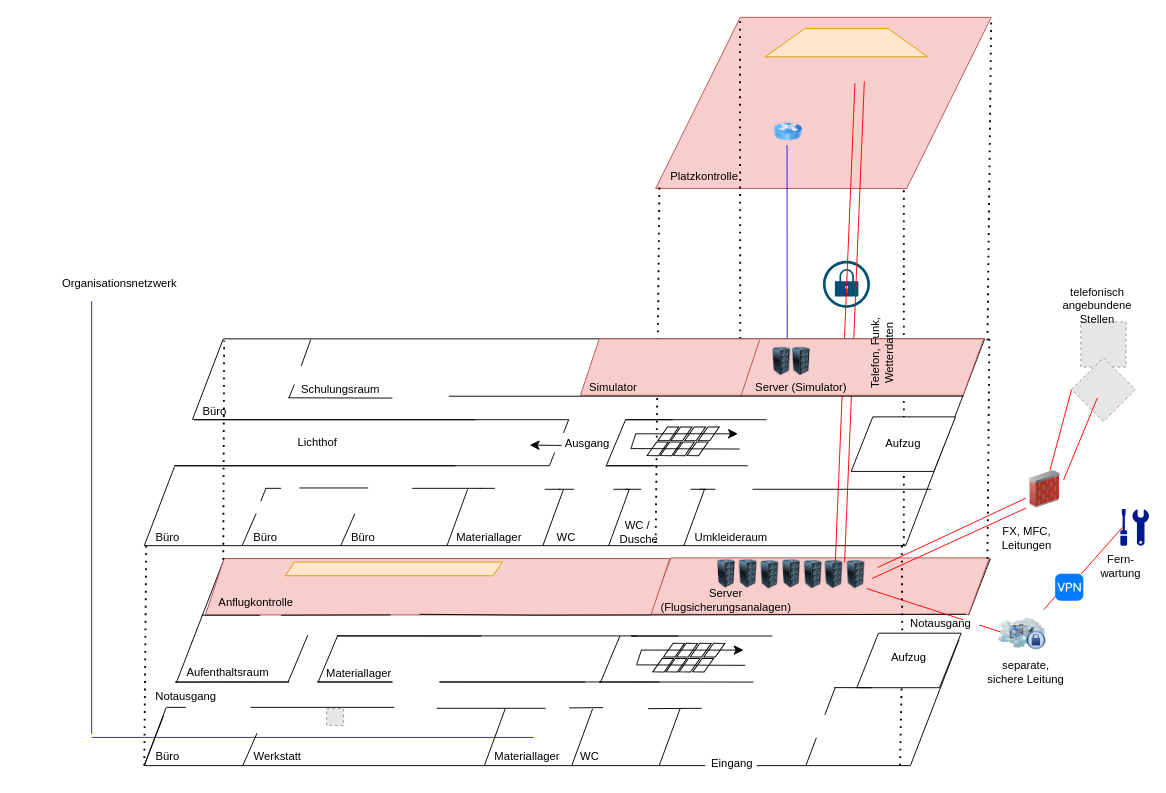
This is Physische Netzwerktopologie.drawio from meetSeb/Computer-Network, a draw.io file, before an edit. Source tidied: cells renumbered, new cells numbered last; positions are measured from the earlier drawing's top-left corner, leaving out a move shared by most shapes. Both pictures are drawn from the tidied source at 94%, with x=0, y=0 at pixel (91, 17). Pictures stored in the file or linked from it are replaced by grey dashed boxes.
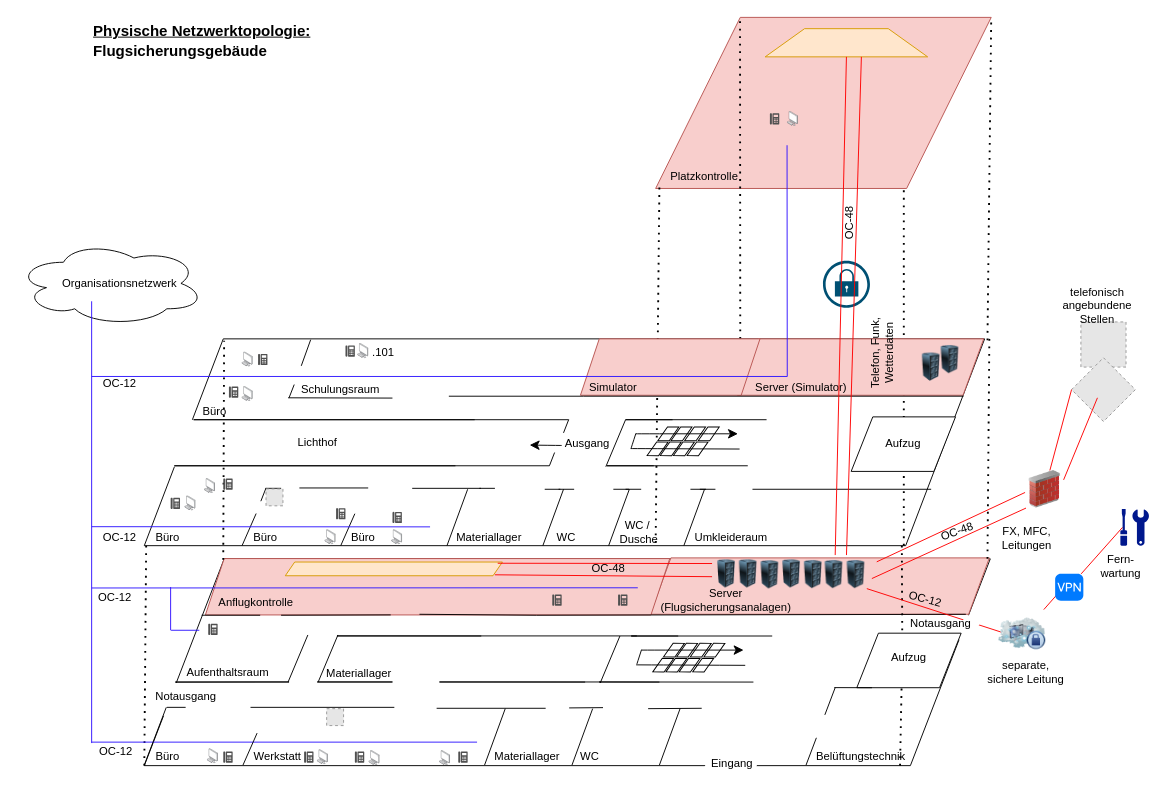
The same diagram, later.

Unchanged cells that the change refers to:
```xml
<mxCell id="13" style="image;html=1;image=img/lib/clip_art/computers/Server_Rack_128x128.png;" parent="4" vertex="1">
  <mxGeometry x="679" y="2.7" width="46.2" height="30" as="geometry" />
</mxCell>
<mxCell id="43" style="image;html=1;image=img/lib/clip_art/networking/Firewall_02_128x128.png;" parent="1" vertex="1">
  <mxGeometry x="994" y="482" width="40" height="40" as="geometry" />
</mxCell>
<mxCell id="49" value="FX, MFC, Leitungen" style="text;strokeColor=none;align=center;fillColor=none;html=1;verticalAlign=middle;whiteSpace=wrap;rounded=0;" parent="1" vertex="1">
  <mxGeometry x="965" y="539" width="60" height="30" as="geometry" />
</mxCell>
<mxCell id="83" style="group;" parent="1" vertex="1">
  <mxGeometry x="160" y="500.6" width="733.1" height="71.4" as="geometry" />
</mxCell>
<mxCell id="108" style="group;" parent="1" vertex="1">
  <mxGeometry x="209" y="342" width="740" height="69" as="geometry" />
</mxCell>
<mxCell id="119" style="group;" parent="1" vertex="1">
  <mxGeometry x="89" y="655.1" width="836" height="58" as="geometry" />
</mxCell>
<mxCell id="144" style="group;" parent="1" vertex="1">
  <mxGeometry x="56" y="734" width="733.1" height="68" as="geometry" />
</mxCell>
<mxCell id="178" style="shape=trapezoid;perimeter=trapezoidPerimeter;whiteSpace=wrap;html=1;fixedSize=1;rotation=0;size=41.929999999999836;fillColor=#ffe6cc;strokeColor=#d79b00;" parent="1" vertex="1">
  <mxGeometry x="716.5" y="12" width="172.9" height="30" as="geometry" />
</mxCell>
```

Diff of the diagram source:
```diff
@@
+    <mxCell id="180" style="ellipse;shape=cloud;whiteSpace=wrap;html=1;" parent="1" vertex="1">
+      <mxGeometry x="-80" y="238" width="200" height="90" as="geometry" />
+    </mxCell>
@@
     <mxCell id="4" style="group;" parent="1" vertex="1">
-      <mxGeometry x="111" y="575" width="854" height="77" as="geometry" />
+      <mxGeometry x="111" y="575" width="909" height="77" as="geometry" />
     </mxCell>
@@
+    <mxCell id="181" style="endArrow=none;html=1;rounded=0;strokeColor=#FF0000;entryX=1;entryY=0.5;entryDx=0;entryDy=0;" parent="4" edge="1">
+      <mxGeometry relative="1" as="geometry">
+        <mxPoint x="549" y="6" as="sourcePoint" />
+        <mxPoint x="321" y="5.7" as="targetPoint" />
+      </mxGeometry>
+    </mxCell>
+    <mxCell id="182" style="sketch=0;shadow=0;dashed=0;html=1;strokeColor=none;fillColor=#505050;labelPosition=center;verticalLabelPosition=bottom;verticalAlign=top;align=center;shape=mxgraph.office.devices.phone_digital;" parent="4" vertex="1">
+      <mxGeometry x="449" y="39" width="10" height="12" as="geometry" />
+    </mxCell>
+    <mxCell id="183" style="sketch=0;shadow=0;dashed=0;html=1;strokeColor=none;fillColor=#505050;labelPosition=center;verticalLabelPosition=bottom;verticalAlign=top;align=center;shape=mxgraph.office.devices.phone_digital;" parent="4" vertex="1">
+      <mxGeometry x="379" y="39" width="10" height="12" as="geometry" />
+    </mxCell>
+    <mxCell id="184" style="edgeStyle=none;rounded=0;orthogonalLoop=1;jettySize=auto;html=1;sourcePerimeterSpacing=5;endArrow=none;endFill=0;targetPerimeterSpacing=5;strokeColor=#2E17FF;" parent="4" edge="1">
+      <mxGeometry relative="1" as="geometry">
+        <mxPoint x="-111" y="32" as="sourcePoint" />
+        <mxPoint x="470" y="31.8" as="targetPoint" />
+      </mxGeometry>
+    </mxCell>
+    <mxCell id="185" value="OC-48" style="text;strokeColor=none;align=center;fillColor=none;html=1;verticalAlign=middle;whiteSpace=wrap;rounded=0;" parent="4" vertex="1">
+      <mxGeometry x="354" y="-3" width="170" height="30" as="geometry" />
+    </mxCell>
+    <mxCell id="186" value="OC-12" style="text;strokeColor=none;align=center;fillColor=none;html=1;verticalAlign=middle;whiteSpace=wrap;rounded=0;rotation=15;" parent="4" vertex="1">
+      <mxGeometry x="690.7" y="29" width="170" height="30" as="geometry" />
+    </mxCell>
@@
     <mxCell id="22" style="edgeStyle=none;rounded=0;orthogonalLoop=1;jettySize=auto;html=1;sourcePerimeterSpacing=5;endArrow=none;endFill=0;targetPerimeterSpacing=5;strokeColor=#3112FF;" parent="1" edge="1">
       <mxGeometry relative="1" as="geometry">
-        <mxPoint y="762" as="sourcePoint" />
+        <mxPoint y="772" as="sourcePoint" />
         <mxPoint y="302" as="targetPoint" />
       </mxGeometry>
     </mxCell>
@@
-    <mxCell id="32" style="edgeStyle=none;rounded=0;orthogonalLoop=1;jettySize=auto;html=1;sourcePerimeterSpacing=5;endArrow=none;endFill=0;targetPerimeterSpacing=5;strokeColor=#3112FF;" parent="1" edge="1">
-      <mxGeometry relative="1" as="geometry">
-        <mxPoint x="740" y="396" as="sourcePoint" />
-        <mxPoint x="739.8" y="136" as="targetPoint" />
-      </mxGeometry>
-    </mxCell>
@@
-    <mxCell id="41" style="endArrow=none;html=1;rounded=0;strokeColor=#FF0000;entryX=1;entryY=0.25;entryDx=0;entryDy=0;" parent="1" edge="1" source="43" target="13">
-      <mxGeometry relative="1" as="geometry" />
+    <mxCell id="41" style="endArrow=none;html=1;rounded=0;strokeColor=#FF0000;entryX=1;entryY=0.25;entryDx=0;entryDy=0;" parent="1" edge="1">
+      <mxGeometry relative="1" as="geometry">
+        <mxPoint x="993" y="505.4" as="sourcePoint" />
+        <mxPoint x="835.2" y="579.2" as="targetPoint" />
+      </mxGeometry>
     </mxCell>
@@
-    <mxCell id="52" style="endArrow=none;html=1;rounded=0;entryX=0;entryY=1;entryDx=0;entryDy=0;exitX=0.5;exitY=0;exitDx=0;exitDy=0;fillColor=#FF0000;strokeColor=#FF0000;" parent="1" edge="1">
-      <mxGeometry relative="1" as="geometry">
-        <mxPoint x="791" y="582" as="sourcePoint" />
-        <mxPoint x="812" y="70" as="targetPoint" />
-      </mxGeometry>
-    </mxCell>
-    <mxCell id="53" style="endArrow=none;html=1;rounded=0;entryX=0;entryY=1;entryDx=0;entryDy=0;exitX=0.5;exitY=0;exitDx=0;exitDy=0;fillColor=#FF0000;strokeColor=#FF0000;" parent="1" edge="1">
-      <mxGeometry relative="1" as="geometry">
-        <mxPoint x="801" y="580" as="sourcePoint" />
-        <mxPoint x="822" y="68" as="targetPoint" />
-      </mxGeometry>
-    </mxCell>
     <mxCell id="54" style="edgeStyle=none;rounded=0;orthogonalLoop=1;jettySize=auto;html=1;sourcePerimeterSpacing=5;endArrow=none;endFill=0;targetPerimeterSpacing=5;strokeColor=#2E17FF;" parent="1" edge="1">
       <mxGeometry relative="1" as="geometry">
-        <mxPoint y="766" as="sourcePoint" />
-        <mxPoint x="470" y="766" as="targetPoint" />
+        <mxPoint y="771" as="sourcePoint" />
+        <mxPoint x="410" y="771" as="targetPoint" />
       </mxGeometry>
     </mxCell>
-    <mxCell id="55" style="image;html=1;image=img/lib/clip_art/networking/Router_Icon_128x128.png;" parent="1" vertex="1">
-      <mxGeometry x="726.1" y="112" width="30" height="20" as="geometry" />
-    </mxCell>
@@
+    <mxCell id="187" style="sketch=0;shadow=0;dashed=0;html=1;strokeColor=none;fillColor=#505050;labelPosition=center;verticalLabelPosition=bottom;verticalAlign=top;align=center;shape=mxgraph.office.devices.phone_digital;" parent="83" vertex="1">
+      <mxGeometry x="100" y="21.4" width="10" height="12" as="geometry" />
+    </mxCell>
+    <mxCell id="188" style="image;html=1;align=center;shadow=0;dashed=0;image=img/lib/allied_telesis/computer_and_terminals/Personal_Computer.svg;" parent="83" vertex="1">
+      <mxGeometry x="88.2" y="44.4" width="11.8" height="16" as="geometry" />
+    </mxCell>
+    <mxCell id="189" style="sketch=0;shadow=0;dashed=0;html=1;strokeColor=none;fillColor=#505050;labelPosition=center;verticalLabelPosition=bottom;verticalAlign=top;align=center;shape=mxgraph.office.devices.phone_digital;" parent="83" vertex="1">
+      <mxGeometry x="160" y="25.4" width="10" height="12" as="geometry" />
+    </mxCell>
+    <mxCell id="190" style="image;html=1;align=center;shadow=0;dashed=0;image=img/lib/allied_telesis/computer_and_terminals/Personal_Computer.svg;" parent="83" vertex="1">
+      <mxGeometry x="159.1" y="44.4" width="11.8" height="16" as="geometry" />
+    </mxCell>
@@
     <mxCell id="117" style="image;html=1;image=img/lib/clip_art/computers/Server_Rack_128x128.png;" parent="108" vertex="1">
-      <mxGeometry x="522.9" y="9" width="46.2" height="30" as="geometry" />
+      <mxGeometry x="681" y="7" width="46.2" height="30" as="geometry" />
     </mxCell>
     <mxCell id="118" style="image;html=1;image=img/lib/clip_art/computers/Server_Rack_128x128.png;" parent="108" vertex="1">
-      <mxGeometry x="502" y="9" width="46.2" height="30" as="geometry" />
+      <mxGeometry x="661" y="15" width="46.2" height="30" as="geometry" />
     </mxCell>
+    <mxCell id="191" style="sketch=0;shadow=0;dashed=0;html=1;strokeColor=none;fillColor=#505050;labelPosition=center;verticalLabelPosition=bottom;verticalAlign=top;align=center;shape=mxgraph.office.devices.phone_digital;" parent="108" vertex="1">
+      <mxGeometry x="61" y="7" width="10" height="12" as="geometry" />
+    </mxCell>
@@
+    <mxCell id="192" style="sketch=0;shadow=0;dashed=0;html=1;strokeColor=none;fillColor=#505050;labelPosition=center;verticalLabelPosition=bottom;verticalAlign=top;align=center;shape=mxgraph.office.devices.phone_digital;" parent="119" vertex="1">
+      <mxGeometry x="35" y="-10" width="10" height="12" as="geometry" />
+    </mxCell>
@@
+    <mxCell id="193" style="sketch=0;shadow=0;dashed=0;html=1;strokeColor=none;fillColor=#505050;labelPosition=center;verticalLabelPosition=bottom;verticalAlign=top;align=center;shape=mxgraph.office.devices.phone_digital;" parent="144" vertex="1">
+      <mxGeometry x="84" y="47" width="10" height="12" as="geometry" />
+    </mxCell>
+    <mxCell id="194" style="sketch=0;shadow=0;dashed=0;html=1;strokeColor=none;fillColor=#505050;labelPosition=center;verticalLabelPosition=bottom;verticalAlign=top;align=center;shape=mxgraph.office.devices.phone_digital;" parent="144" vertex="1">
+      <mxGeometry x="170" y="47" width="10" height="12" as="geometry" />
+    </mxCell>
+    <mxCell id="195" style="sketch=0;shadow=0;dashed=0;html=1;strokeColor=none;fillColor=#505050;labelPosition=center;verticalLabelPosition=bottom;verticalAlign=top;align=center;shape=mxgraph.office.devices.phone_digital;" parent="144" vertex="1">
+      <mxGeometry x="224" y="47" width="10" height="12" as="geometry" />
+    </mxCell>
+    <mxCell id="196" style="sketch=0;shadow=0;dashed=0;html=1;strokeColor=none;fillColor=#505050;labelPosition=center;verticalLabelPosition=bottom;verticalAlign=top;align=center;shape=mxgraph.office.devices.phone_digital;" parent="144" vertex="1">
+      <mxGeometry x="334" y="47" width="10" height="12" as="geometry" />
+    </mxCell>
+    <mxCell id="197" style="image;html=1;align=center;shadow=0;dashed=0;image=img/lib/allied_telesis/computer_and_terminals/Personal_Computer.svg;" parent="144" vertex="1">
+      <mxGeometry x="184" y="45" width="11.8" height="16" as="geometry" />
+    </mxCell>
+    <mxCell id="198" style="image;html=1;align=center;shadow=0;dashed=0;image=img/lib/allied_telesis/computer_and_terminals/Personal_Computer.svg;" parent="144" vertex="1">
+      <mxGeometry x="239" y="46" width="11.8" height="16" as="geometry" />
+    </mxCell>
@@
+    <mxCell id="32" style="edgeStyle=none;rounded=0;orthogonalLoop=1;jettySize=auto;html=1;sourcePerimeterSpacing=5;endArrow=none;endFill=0;targetPerimeterSpacing=5;strokeColor=#3112FF;" parent="1" edge="1">
+      <mxGeometry relative="1" as="geometry">
+        <mxPoint x="740" y="382" as="sourcePoint" />
+        <mxPoint x="739.8" y="136" as="targetPoint" />
+      </mxGeometry>
+    </mxCell>
+    <mxCell id="199" value="Belüftungstechnik" style="text;strokeColor=none;align=center;fillColor=none;html=1;verticalAlign=middle;whiteSpace=wrap;rounded=0;" parent="1" vertex="1">
+      <mxGeometry x="778" y="771" width="81" height="30" as="geometry" />
+    </mxCell>
+    <mxCell id="200" style="edgeStyle=none;rounded=0;orthogonalLoop=1;jettySize=auto;html=1;sourcePerimeterSpacing=5;endArrow=none;endFill=0;targetPerimeterSpacing=5;strokeColor=#2E17FF;" parent="1" edge="1">
+      <mxGeometry relative="1" as="geometry">
+        <mxPoint y="541.8" as="sourcePoint" />
+        <mxPoint x="360" y="542" as="targetPoint" />
+      </mxGeometry>
+    </mxCell>
+    <mxCell id="201" style="edgeStyle=none;rounded=0;orthogonalLoop=1;jettySize=auto;html=1;sourcePerimeterSpacing=5;endArrow=none;endFill=0;targetPerimeterSpacing=5;strokeColor=#2E17FF;" parent="1" edge="1">
+      <mxGeometry relative="1" as="geometry">
+        <mxPoint y="382" as="sourcePoint" />
+        <mxPoint x="740" y="382" as="targetPoint" />
+      </mxGeometry>
+    </mxCell>
+    <mxCell id="52" style="endArrow=none;html=1;rounded=0;entryX=0.5;entryY=1;entryDx=0;entryDy=0;fillColor=#FF0000;strokeColor=#FF0000;" parent="1" edge="1" target="178">
+      <mxGeometry relative="1" as="geometry">
+        <mxPoint x="791" y="572" as="sourcePoint" />
+      </mxGeometry>
+    </mxCell>
+    <mxCell id="53" style="endArrow=none;html=1;rounded=0;entryX=0.592;entryY=1;entryDx=0;entryDy=0;fillColor=#FF0000;strokeColor=#FF0000;entryPerimeter=0;" parent="1" edge="1" target="178">
+      <mxGeometry relative="1" as="geometry">
+        <mxPoint x="803" y="572" as="sourcePoint" />
+      </mxGeometry>
+    </mxCell>
+    <mxCell id="202" style="endArrow=none;html=1;rounded=0;strokeColor=#FF0000;entryX=1;entryY=0.5;entryDx=0;entryDy=0;" parent="1" edge="1">
+      <mxGeometry relative="1" as="geometry">
+        <mxPoint x="660" y="595" as="sourcePoint" />
+        <mxPoint x="429" y="593" as="targetPoint" />
+      </mxGeometry>
+    </mxCell>
+    <mxCell id="203" style="sketch=0;shadow=0;dashed=0;html=1;strokeColor=none;fillColor=#505050;labelPosition=center;verticalLabelPosition=bottom;verticalAlign=top;align=center;shape=mxgraph.office.devices.phone_digital;" parent="1" vertex="1">
+      <mxGeometry x="84" y="511" width="10" height="12" as="geometry" />
+    </mxCell>
+    <mxCell id="204" style="sketch=0;shadow=0;dashed=0;html=1;strokeColor=none;fillColor=#505050;labelPosition=center;verticalLabelPosition=bottom;verticalAlign=top;align=center;shape=mxgraph.office.devices.phone_digital;" parent="1" vertex="1">
+      <mxGeometry x="140" y="490.6" width="10" height="12" as="geometry" />
+    </mxCell>
+    <mxCell id="205" style="sketch=0;shadow=0;dashed=0;html=1;strokeColor=none;fillColor=#505050;labelPosition=center;verticalLabelPosition=bottom;verticalAlign=top;align=center;shape=mxgraph.office.devices.phone_digital;" parent="1" vertex="1">
+      <mxGeometry x="146" y="392.7" width="10" height="12" as="geometry" />
+    </mxCell>
+    <mxCell id="206" style="sketch=0;shadow=0;dashed=0;html=1;strokeColor=none;fillColor=#505050;labelPosition=center;verticalLabelPosition=bottom;verticalAlign=top;align=center;shape=mxgraph.office.devices.phone_digital;" parent="1" vertex="1">
+      <mxGeometry x="177" y="358" width="10" height="12" as="geometry" />
+    </mxCell>
+    <mxCell id="207" style="edgeStyle=none;rounded=0;orthogonalLoop=1;jettySize=auto;html=1;sourcePerimeterSpacing=5;endArrow=none;endFill=0;targetPerimeterSpacing=5;strokeColor=#3112FF;" parent="1" edge="1">
+      <mxGeometry relative="1" as="geometry">
+        <mxPoint x="84" y="652" as="sourcePoint" />
+        <mxPoint x="84" y="606.1" as="targetPoint" />
+      </mxGeometry>
+    </mxCell>
+    <mxCell id="208" style="edgeStyle=none;rounded=0;orthogonalLoop=1;jettySize=auto;html=1;sourcePerimeterSpacing=5;endArrow=none;endFill=0;targetPerimeterSpacing=5;strokeColor=#2E17FF;" parent="1" edge="1">
+      <mxGeometry relative="1" as="geometry">
+        <mxPoint x="84.5" y="652" as="sourcePoint" />
+        <mxPoint x="114.5" y="652" as="targetPoint" />
+      </mxGeometry>
+    </mxCell>
+    <mxCell id="209" style="image;html=1;align=center;shadow=0;dashed=0;image=img/lib/allied_telesis/computer_and_terminals/Personal_Computer.svg;" parent="1" vertex="1">
+      <mxGeometry x="283.1" y="347" width="11.8" height="16" as="geometry" />
+    </mxCell>
+    <mxCell id="210" style="image;html=1;align=center;shadow=0;dashed=0;image=img/lib/allied_telesis/computer_and_terminals/Personal_Computer.svg;" parent="1" vertex="1">
+      <mxGeometry x="160" y="356" width="11.8" height="16" as="geometry" />
+    </mxCell>
+    <mxCell id="211" style="image;html=1;align=center;shadow=0;dashed=0;image=img/lib/allied_telesis/computer_and_terminals/Personal_Computer.svg;" parent="1" vertex="1">
+      <mxGeometry x="160" y="392.7" width="11.8" height="16" as="geometry" />
+    </mxCell>
+    <mxCell id="212" style="image;html=1;align=center;shadow=0;dashed=0;image=img/lib/allied_telesis/computer_and_terminals/Personal_Computer.svg;" parent="1" vertex="1">
+      <mxGeometry x="120" y="490.6" width="11.8" height="16" as="geometry" />
+    </mxCell>
+    <mxCell id="213" style="image;html=1;align=center;shadow=0;dashed=0;image=img/lib/allied_telesis/computer_and_terminals/Personal_Computer.svg;" parent="1" vertex="1">
+      <mxGeometry x="99.2" y="509" width="11.8" height="16" as="geometry" />
+    </mxCell>
+    <mxCell id="214" style="image;html=1;align=center;shadow=0;dashed=0;image=img/lib/allied_telesis/computer_and_terminals/Personal_Computer.svg;" parent="1" vertex="1">
+      <mxGeometry x="123" y="778" width="11.8" height="16" as="geometry" />
+    </mxCell>
+    <mxCell id="215" style="image;html=1;align=center;shadow=0;dashed=0;image=img/lib/allied_telesis/computer_and_terminals/Personal_Computer.svg;" parent="1" vertex="1">
+      <mxGeometry x="370" y="780" width="11.8" height="16" as="geometry" />
+    </mxCell>
+    <mxCell id="216" style="image;html=1;align=center;shadow=0;dashed=0;image=img/lib/allied_telesis/computer_and_terminals/Personal_Computer.svg;" parent="1" vertex="1">
+      <mxGeometry x="740.1" y="100" width="11.8" height="16" as="geometry" />
+    </mxCell>
+    <mxCell id="217" style="sketch=0;shadow=0;dashed=0;html=1;strokeColor=none;fillColor=#505050;labelPosition=center;verticalLabelPosition=bottom;verticalAlign=top;align=center;shape=mxgraph.office.devices.phone_digital;" parent="1" vertex="1">
+      <mxGeometry x="721.5" y="102" width="10" height="12" as="geometry" />
+    </mxCell>
+    <mxCell id="218" style="fillColor=#E6E6E6;strokeColor=#999999;dashed=1;verticalLabelPosition=bottom;verticalAlign=top;" parent="1" vertex="1">
+      <mxGeometry x="185.5" y="501.6" width="18" height="18" as="geometry" />
+    </mxCell>
+    <mxCell id="219" value=".101" style="text;strokeColor=none;align=center;fillColor=none;html=1;verticalAlign=middle;whiteSpace=wrap;rounded=0;" parent="1" vertex="1">
+      <mxGeometry x="270.1" y="342" width="81" height="30" as="geometry" />
+    </mxCell>
+    <mxCell id="220" value="&lt;u&gt;Physische Netzwerktopologie:&lt;/u&gt;&lt;div style=&quot;font-size: 16px; line-height: 160%;&quot;&gt;Flugsicherungsgebäude&lt;/div&gt;" style="text;strokeColor=none;align=left;fillColor=none;html=1;verticalAlign=middle;whiteSpace=wrap;rounded=0;fontSize=16;fontStyle=1;" parent="1" vertex="1">
+      <mxGeometry y="12" width="250" height="30" as="geometry" />
+    </mxCell>
+    <mxCell id="221" value="OC-12" style="text;strokeColor=none;align=center;fillColor=none;html=1;verticalAlign=middle;whiteSpace=wrap;rounded=0;" parent="1" vertex="1">
+      <mxGeometry x="-55" y="374.7" width="170" height="30" as="geometry" />
+    </mxCell>
+    <mxCell id="222" value="OC-12" style="text;strokeColor=none;align=center;fillColor=none;html=1;verticalAlign=middle;whiteSpace=wrap;rounded=0;" parent="1" vertex="1">
+      <mxGeometry x="-55" y="539" width="170" height="30" as="geometry" />
+    </mxCell>
+    <mxCell id="223" value="OC-12" style="text;strokeColor=none;align=center;fillColor=none;html=1;verticalAlign=middle;whiteSpace=wrap;rounded=0;" parent="1" vertex="1">
+      <mxGeometry x="-59" y="766" width="170" height="30" as="geometry" />
+    </mxCell>
+    <mxCell id="224" value="OC-12" style="text;strokeColor=none;align=center;fillColor=none;html=1;verticalAlign=middle;whiteSpace=wrap;rounded=0;" parent="1" vertex="1">
+      <mxGeometry x="-60" y="602" width="170" height="30" as="geometry" />
+    </mxCell>
+    <mxCell id="225" value="OC-48" style="text;strokeColor=none;align=center;fillColor=none;html=1;verticalAlign=middle;whiteSpace=wrap;rounded=0;rotation=-90;" parent="1" vertex="1">
+      <mxGeometry x="778" y="214" width="56.5" height="10" as="geometry" />
+    </mxCell>
+    <mxCell id="226" style="edgeStyle=none;curved=1;rounded=0;orthogonalLoop=1;jettySize=auto;html=1;entryX=1;entryY=1;entryDx=0;entryDy=0;fontSize=12;startSize=8;endSize=8;" parent="1" edge="1" source="49" target="49">
+      <mxGeometry relative="1" as="geometry" />
+    </mxCell>
+    <mxCell id="227" value="OC-48" style="text;strokeColor=none;align=center;fillColor=none;html=1;verticalAlign=middle;whiteSpace=wrap;rounded=0;rotation=-20;" parent="1" vertex="1">
+      <mxGeometry x="836.2" y="532" width="170" height="30" as="geometry" />
+    </mxCell>
```
